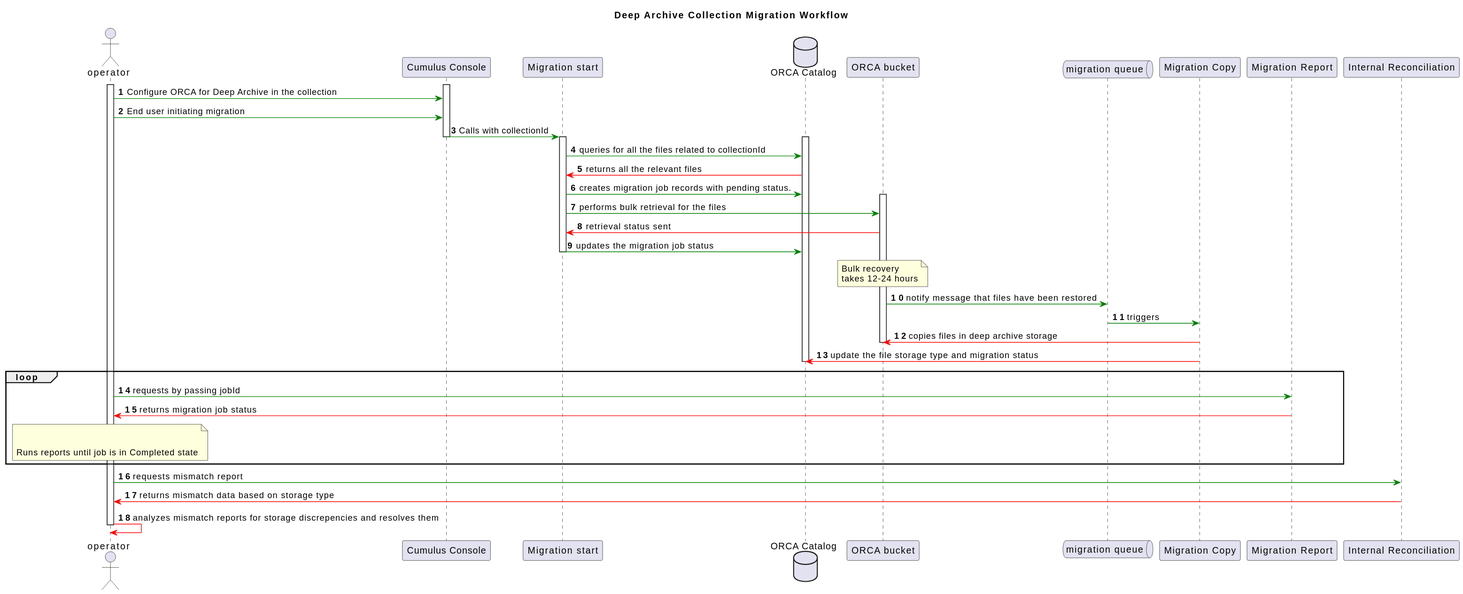
Earlier version of the PlantUML export website/static/img/Deep-Archive-Migration-workflow-specific-files.svg (nasa/cumulus-orca).
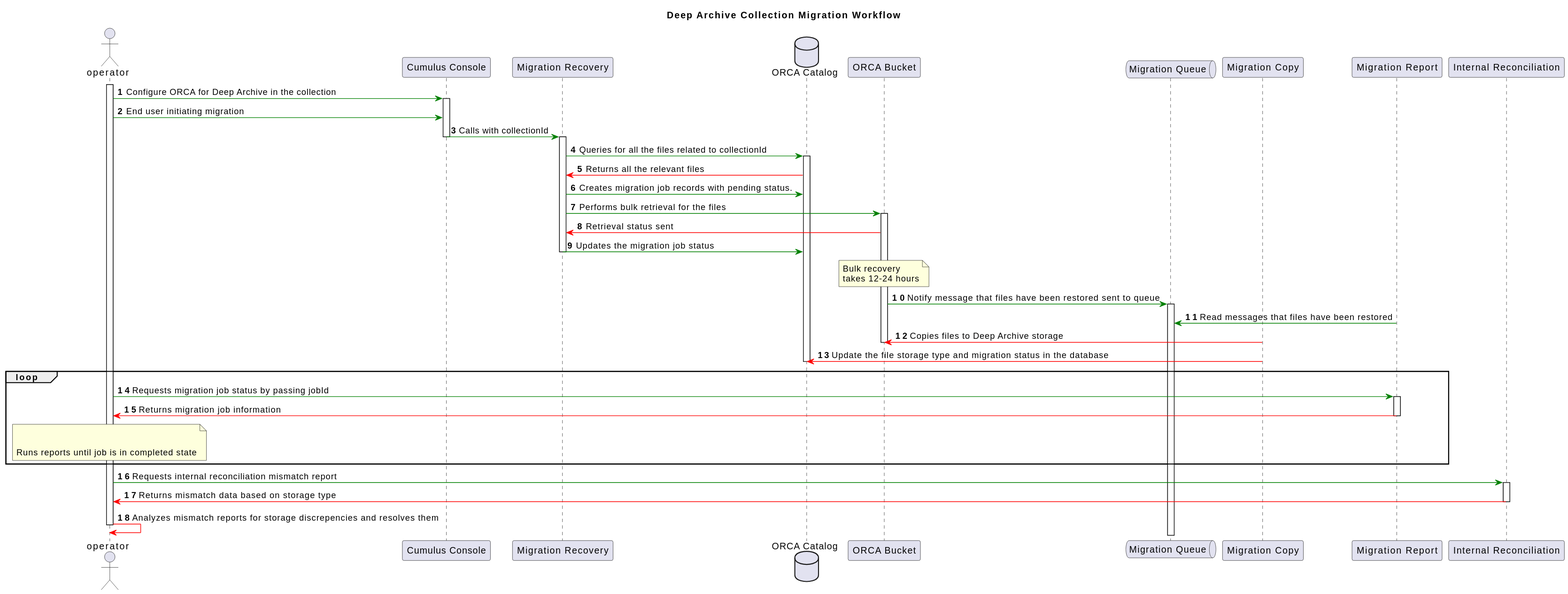
Later version of the same file.

Commit message:
updated workflow drawings

Diff of the diagram source:
```diff
@@ -3,36 +3,39 @@
 
 actor operator
 participant "Cumulus Console" as cc
-participant "Migration start" as ms
+participant "Migration Recovery" as ms
 database "ORCA Catalog" as oc
-participant "ORCA bucket" as ob
-queue "migration queue" as mq
+participant "ORCA Bucket" as ob
+queue "Migration Queue" as mq
 participant "Migration Copy" as mc
 participant "Migration Report" as mr
 participant "Internal Reconciliation" as ir
 autonumber
 
 activate operator
+
+operator -[#green]> cc: Configure ORCA for Deep Archive in the collection
 activate cc
-operator -[#green]> cc: Configure ORCA for Deep Archive in the collection
 operator -[#green]> cc: End user initiating migration
 cc-[#green]> ms: Calls with collectionId
 deactivate cc
 
 activate ms
-activate oc
-
-ms-[#green]> oc: queries for all the files related to collectionId
-oc-[#red]>ms: returns all the relevant files
-
-ms -[#green]> oc: creates migration job records with pending status.
 
 
+ms-[#green]> oc: Queries for all the files related to collectionId
+activate oc
+oc-[#red]>ms: Returns all the relevant files
+
+ms -[#green]> oc: Creates migration job records with pending status.
+
+
+
+ms-[#green]> ob: Performs bulk retrieval for the files
 activate ob
-ms-[#green]> ob: performs bulk retrieval for the files
-ob -[#red]> ms: retrieval status sent
+ob -[#red]> ms: Retrieval status sent
 
-ms -[#green]> oc: updates the migration job status
+ms -[#green]> oc: Updates the migration job status
 
 deactivate ms
 note over ob
@@ -40,31 +43,36 @@
 takes 12-24 hours
 end note
 
-ob-[#green]> mq: notify message that files have been restored
+ob-[#green]> mq: Notify message that files have been restored sent to queue
 
-mq-[#green]> mc: triggers
+activate mq
+mr-[#green]> mq: Read messages that files have been restored
 
-mc -[#red]> ob: copies files in deep archive storage
+mc -[#red]> ob: Copies files to Deep Archive storage
+
 deactivate ob
-mc-[#red]> oc: update the file storage type and migration status
+mc-[#red]> oc: Update the file storage type and migration status in the database
 deactivate oc
 loop
 
-operator -[#green]> mr: requests by passing jobId
+operator -[#green]> mr: Requests migration job status by passing jobId
 
+activate mr
 
-mr -[#red]> operator: returns migration job status
+mr -[#red]> operator: Returns migration job information
+deactivate mr
 note over operator
 
 
-Runs reports until job is in Completed state
+Runs reports until job is in completed state
 end note
 end
 
-operator-[#green]> ir: requests mismatch report
-
-ir-[#red]> operator: returns mismatch data based on storage type
-operator -[#red]> operator: analyzes mismatch reports for storage discrepencies and resolves them
+operator-[#green]> ir: Requests internal reconciliation mismatch report
+activate ir
+ir-[#red]> operator: Returns mismatch data based on storage type
+deactivate ir
+operator -[#red]> operator: Analyzes mismatch reports for storage discrepencies and resolves them
 
 
 deactivate operator
```
